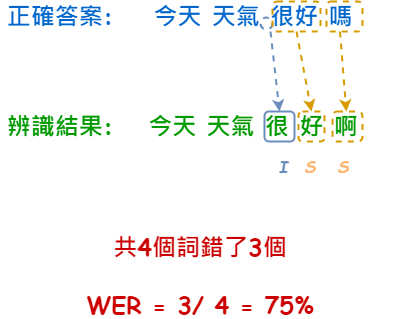
The draw.io diagram .gitbook/assets/wer.drawio.png in weihanchen/google-colab-python-learn, before a commit. Source tidied: cells renumbered, new cells last; positions are measured from the earlier drawing's top-left corner, leaving out a move shared by most shapes.
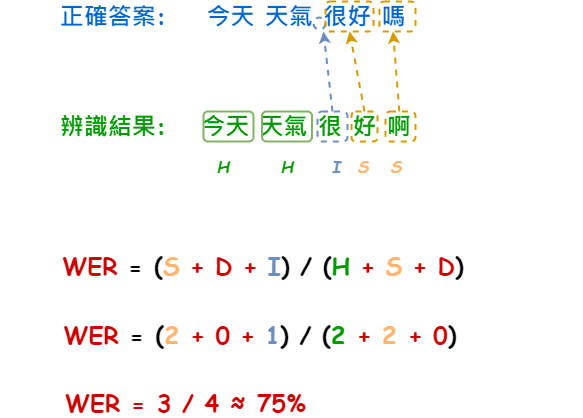
The same file after the commit.

Diff of the diagram source:
```diff
@@ -14,15 +14,15 @@
     <mxCell id="5" value="今天 天氣 很 好 啊" style="text;html=1;strokeColor=none;fillColor=none;align=center;verticalAlign=middle;whiteSpace=wrap;rounded=0;fontSize=24;fontColor=#009900;fontStyle=1;fontFamily=Comic Sans MS;" parent="1" vertex="1">
       <mxGeometry x="120" y="110" width="266" height="30" as="geometry" />
     </mxCell>
-    <mxCell id="6" style="rounded=1;whiteSpace=wrap;html=1;fillColor=none;strokeColor=#6c8ebf;strokeWidth=2;fontFamily=Comic Sans MS;" parent="1" vertex="1">
+    <mxCell id="6" style="rounded=1;whiteSpace=wrap;html=1;fillColor=none;strokeColor=#6c8ebf;strokeWidth=2;fontFamily=Comic Sans MS;dashed=1;" parent="1" vertex="1">
       <mxGeometry x="264" y="110" width="30" height="30" as="geometry" />
     </mxCell>
     <mxCell id="7" value="I" style="text;html=1;strokeColor=none;fillColor=none;align=center;verticalAlign=middle;whiteSpace=wrap;rounded=0;fontStyle=3;fontSize=16;fontColor=#6C8EBF;fontFamily=Comic Sans MS;" parent="1" vertex="1">
       <mxGeometry x="253" y="150" width="60" height="30" as="geometry" />
     </mxCell>
-    <mxCell id="8" style="endArrow=classic;html=1;rounded=0;fontColor=#6C8EBF;strokeColor=#6C8EBF;dashed=1;entryX=0.5;entryY=0;entryDx=0;entryDy=0;strokeWidth=2;fontFamily=Comic Sans MS;" parent="1" edge="1" target="6">
+    <mxCell id="8" style="endArrow=classic;html=1;rounded=0;fontColor=#6C8EBF;strokeColor=#6C8EBF;dashed=1;entryX=0.5;entryY=0;entryDx=0;entryDy=0;strokeWidth=2;fontFamily=Comic Sans MS;exitX=0.5;exitY=0;exitDx=0;exitDy=0;" parent="1" edge="1" source="6">
       <mxGeometry relative="1" as="geometry">
-        <mxPoint x="270" y="30" as="sourcePoint" />
+        <mxPoint x="270" y="30" as="targetPoint" />
       </mxGeometry>
     </mxCell>
     <mxCell id="9" style="ellipse;whiteSpace=wrap;html=1;strokeColor=#6C8EBF;fillColor=none;dashed=1;strokeWidth=2;fontFamily=Comic Sans MS;" parent="1" vertex="1">
@@ -37,15 +37,15 @@
     <mxCell id="12" style="rounded=1;whiteSpace=wrap;html=1;fillColor=none;strokeColor=#d79b00;dashed=1;strokeWidth=2;fontFamily=Comic Sans MS;" parent="1" vertex="1">
       <mxGeometry x="298" y="110" width="26" height="30" as="geometry" />
     </mxCell>
-    <mxCell id="13" style="endArrow=classic;html=1;rounded=0;fillColor=#ffe6cc;strokeColor=#d79b00;dashed=1;strokeWidth=2;exitX=0.5;exitY=1;exitDx=0;exitDy=0;entryX=0.5;entryY=0;entryDx=0;entryDy=0;fontFamily=Comic Sans MS;" parent="1" edge="1" source="10" target="12">
+    <mxCell id="13" style="endArrow=classic;html=1;rounded=0;fillColor=#ffe6cc;strokeColor=#d79b00;dashed=1;strokeWidth=2;exitX=0.5;exitY=0;exitDx=0;exitDy=0;entryX=0.5;entryY=1;entryDx=0;entryDy=0;fontFamily=Comic Sans MS;" parent="1" edge="1" source="12" target="10">
       <mxGeometry relative="1" as="geometry" />
     </mxCell>
     <mxCell id="14" style="rounded=1;whiteSpace=wrap;html=1;fillColor=none;strokeColor=#d79b00;dashed=1;strokeWidth=2;fontFamily=Comic Sans MS;" parent="1" vertex="1">
       <mxGeometry x="326" width="36" height="30" as="geometry" />
     </mxCell>
-    <mxCell id="15" style="endArrow=classic;html=1;rounded=0;fillColor=#ffe6cc;strokeColor=#d79b00;dashed=1;strokeWidth=2;exitX=0.5;exitY=1;exitDx=0;exitDy=0;fontFamily=Comic Sans MS;" parent="1" edge="1" target="11">
+    <mxCell id="15" style="endArrow=classic;html=1;rounded=0;fillColor=#ffe6cc;strokeColor=#d79b00;dashed=1;strokeWidth=2;fontFamily=Comic Sans MS;" parent="1" edge="1" source="11">
       <mxGeometry relative="1" as="geometry">
-        <mxPoint x="339.5" y="30" as="sourcePoint" />
+        <mxPoint x="339.5" y="30" as="targetPoint" />
       </mxGeometry>
     </mxCell>
     <mxCell id="16" value="S" style="text;html=1;strokeColor=none;fillColor=none;align=center;verticalAlign=middle;whiteSpace=wrap;rounded=0;fontStyle=3;fontSize=16;fontColor=#FFB570;fontFamily=Comic Sans MS;" parent="1" vertex="1">
@@ -54,8 +54,26 @@
     <mxCell id="17" value="S" style="text;html=1;strokeColor=none;fillColor=none;align=center;verticalAlign=middle;whiteSpace=wrap;rounded=0;fontStyle=3;fontSize=16;fontColor=#FFB570;fontFamily=Comic Sans MS;" parent="1" vertex="1">
       <mxGeometry x="313" y="150" width="60" height="30" as="geometry" />
     </mxCell>
-    <mxCell id="18" value="共4個詞錯了3個&lt;br style=&quot;font-size: 24px;&quot;&gt;&lt;br style=&quot;font-size: 24px;&quot;&gt;WER = 3/ 4 = 75%" style="text;html=1;strokeColor=none;fillColor=none;align=center;verticalAlign=middle;whiteSpace=wrap;rounded=0;fontSize=24;fontStyle=1;fontFamily=Comic Sans MS;fontColor=#CC0000;" parent="1" vertex="1">
-      <mxGeometry x="20" y="260" width="360" height="30" as="geometry" />
+    <mxCell id="18" value="WER &lt;font color=&quot;#000000&quot;&gt;=&lt;/font&gt;&amp;nbsp;&lt;font color=&quot;#000000&quot;&gt;(&lt;/font&gt;&lt;font color=&quot;#ffb570&quot;&gt;S&lt;/font&gt; + D + &lt;font color=&quot;#6c8ebf&quot;&gt;I&lt;/font&gt;&lt;font color=&quot;#000000&quot;&gt;)&lt;/font&gt; &lt;font color=&quot;#000000&quot;&gt;/&lt;/font&gt; &lt;font color=&quot;#000000&quot;&gt;(&lt;/font&gt;&lt;font color=&quot;#009900&quot;&gt;H&lt;/font&gt; + &lt;font color=&quot;#ffb570&quot;&gt;S&lt;/font&gt; + D&lt;font color=&quot;#000000&quot;&gt;)&lt;/font&gt;" style="text;html=1;strokeColor=none;fillColor=none;align=center;verticalAlign=middle;whiteSpace=wrap;rounded=0;fontSize=24;fontStyle=1;fontFamily=Comic Sans MS;fontColor=#CC0000;" parent="1" vertex="1">
+      <mxGeometry x="-50" y="250" width="520" height="30" as="geometry" />
     </mxCell>
+    <mxCell id="19" style="rounded=1;whiteSpace=wrap;html=1;fillColor=none;strokeColor=#82b366;strokeWidth=2;fontFamily=Comic Sans MS;" parent="1" vertex="1">
+      <mxGeometry x="150" y="110" width="50" height="30" as="geometry" />
+    </mxCell>
+    <mxCell id="20" style="rounded=1;whiteSpace=wrap;html=1;fillColor=none;strokeColor=#82b366;strokeWidth=2;fontFamily=Comic Sans MS;" parent="1" vertex="1">
+      <mxGeometry x="208.5" y="110" width="50" height="30" as="geometry" />
+    </mxCell>
+    <mxCell id="21" value="H" style="text;html=1;strokeColor=none;fillColor=none;align=center;verticalAlign=middle;whiteSpace=wrap;rounded=0;fontStyle=3;fontSize=16;fontColor=#009900;fontFamily=Comic Sans MS;" parent="1" vertex="1">
+      <mxGeometry x="140" y="150" width="60" height="30" as="geometry" />
+    </mxCell>
+    <mxCell id="22" value="H" style="text;html=1;strokeColor=none;fillColor=none;align=center;verticalAlign=middle;whiteSpace=wrap;rounded=0;fontStyle=3;fontSize=16;fontColor=#009900;fontFamily=Comic Sans MS;" parent="1" vertex="1">
+      <mxGeometry x="204" y="150" width="60" height="30" as="geometry" />
+    </mxCell>
+    <mxCell id="23" value="WER &lt;font color=&quot;#000000&quot;&gt;=&lt;/font&gt;&amp;nbsp;&lt;font color=&quot;#000000&quot;&gt;(&lt;/font&gt;&lt;font color=&quot;#ffb570&quot;&gt;2&lt;/font&gt;&amp;nbsp;+ 0 + &lt;font color=&quot;#6c8ebf&quot;&gt;1&lt;/font&gt;&lt;font color=&quot;#000000&quot;&gt;)&lt;/font&gt; &lt;font color=&quot;#000000&quot;&gt;/&lt;/font&gt; &lt;font color=&quot;#000000&quot;&gt;(&lt;/font&gt;&lt;font color=&quot;#009900&quot;&gt;2&lt;/font&gt;&amp;nbsp;+ &lt;font color=&quot;#ffb570&quot;&gt;2&lt;/font&gt;&amp;nbsp;+ 0&lt;font color=&quot;#000000&quot;&gt;)&lt;/font&gt;" style="text;html=1;strokeColor=none;fillColor=none;align=center;verticalAlign=middle;whiteSpace=wrap;rounded=0;fontSize=24;fontStyle=1;fontFamily=Comic Sans MS;fontColor=#CC0000;" parent="1" vertex="1">
+      <mxGeometry x="-53" y="319" width="520" height="30" as="geometry" />
+    </mxCell>
+    <mxCell id="24" value="WER =&amp;nbsp;3 / 4&amp;nbsp;≈&amp;nbsp;75%" style="text;html=1;strokeColor=none;fillColor=none;align=left;verticalAlign=middle;whiteSpace=wrap;rounded=0;fontSize=24;fontStyle=1;fontFamily=Comic Sans MS;fontColor=#CC0000;" parent="1" vertex="1">
+      <mxGeometry x="10" y="387" width="520" height="30" as="geometry" />
+    </mxCell>
   </root>
 </mxGraphModel>
```
